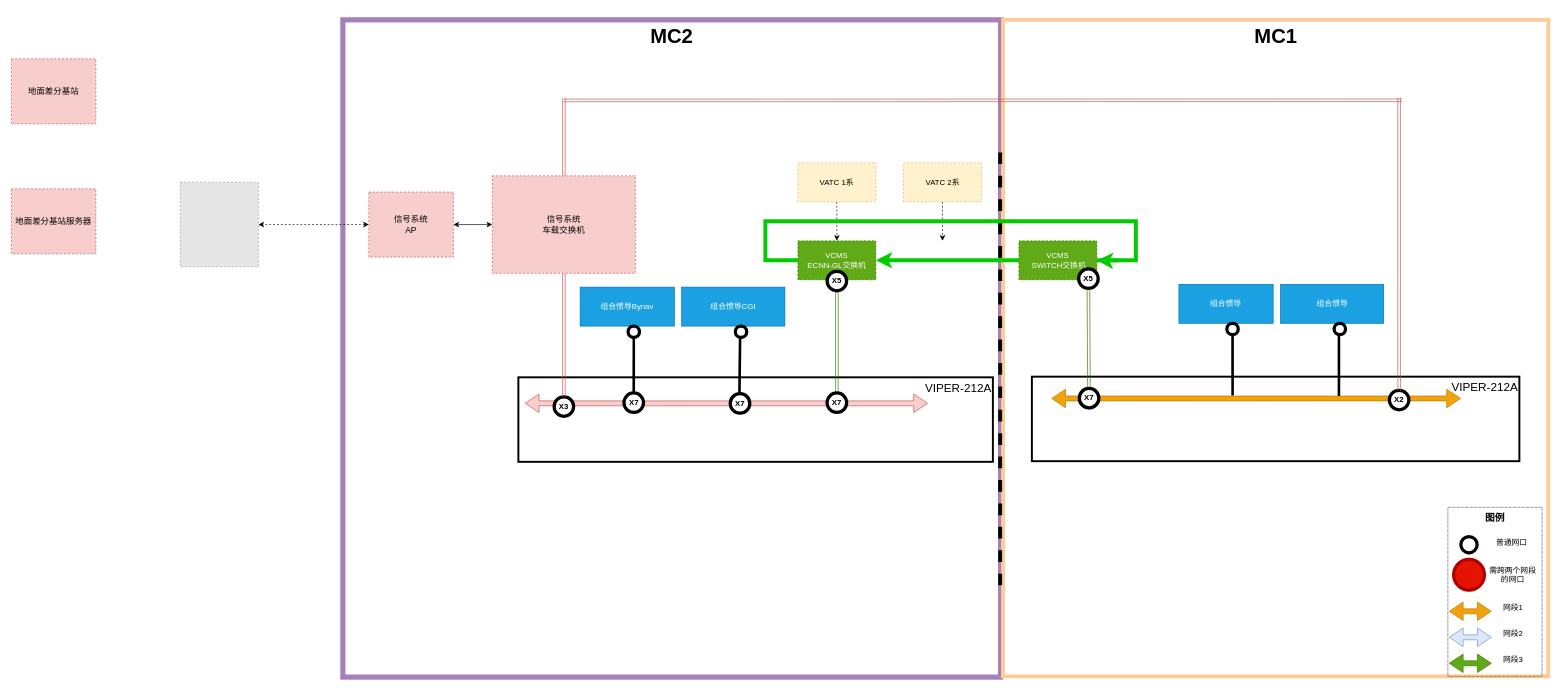
Above: 差分下地链路-信号系统-DAS.drawio in FrankWong-cs/SharingwithColleagues (draw.io), before the change. Source tidied: cells renumbered, new cells numbered last; positions are measured from the earlier drawing's top-left corner, leaving out a move shared by most shapes. Both pictures are drawn from the tidied source at 65%, with x=0, y=0 at pixel (11, 20). Pictures stored in the file or linked from it are replaced by grey dashed boxes.
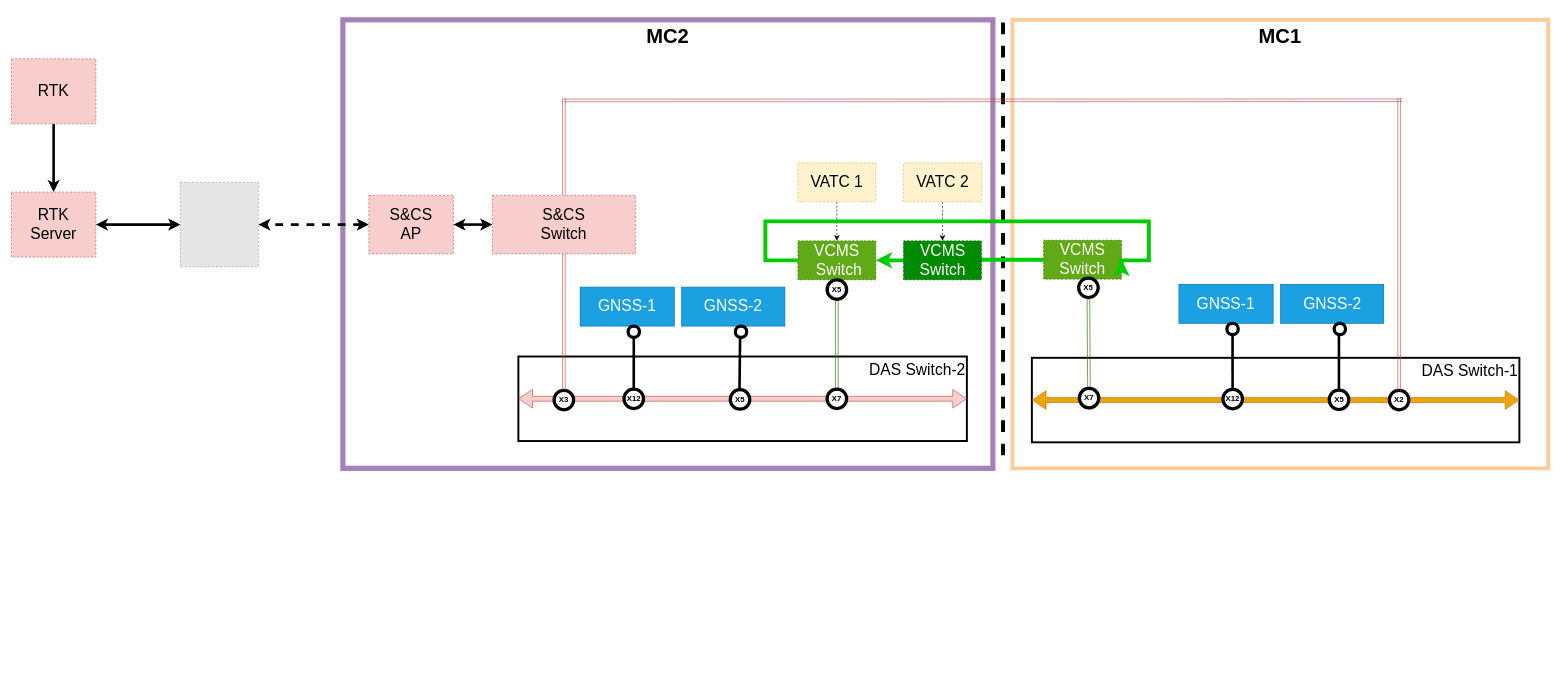
The same page after the edit.

Commit message (it also covers changes not shown here):
Update 差分下地链路-信号系统-DAS.drawio

Unchanged cells that the change refers to:
```xml
<mxCell id="57" style="fillColor=#E6E6E6;strokeColor=#999999;dashed=1;verticalLabelPosition=bottom;labelBackgroundColor=default;verticalAlign=top;" parent="1" vertex="1">
  <mxGeometry x="260" y="250" width="120" height="130" as="geometry" />
</mxCell>
```

The edit, as a diff of the source:
```diff
@@
     <mxCell id="2" value="MC2" style="text;align=center;html=1;verticalAlign=top;whiteSpace=wrap;rounded=0;fontSize=31;fontStyle=1;strokeWidth=8;fillColor=default;strokeColor=#A680B8;" parent="1" vertex="1">
-      <mxGeometry x="510" width="1011.9" height="1011.2" as="geometry" />
+      <mxGeometry x="510" width="1000" height="690" as="geometry" />
     </mxCell>
     <mxCell id="3" value="MC1" style="text;strokeColor=#FFCC99;align=center;fillColor=default;html=1;verticalAlign=top;whiteSpace=wrap;rounded=0;fontSize=31;fontStyle=1;horizontal=1;strokeWidth=6;" parent="1" vertex="1">
-      <mxGeometry x="1525.6" width="838.8" height="1010" as="geometry" />
+      <mxGeometry x="1540" width="824.4" height="690" as="geometry" />
     </mxCell>
@@
-    <mxCell id="5" value="VATC 1系" style="rounded=0;whiteSpace=wrap;html=1;fillColor=#fff2cc;strokeColor=#d6b656;dashed=1;" parent="1" vertex="1">
+    <mxCell id="5" value="VATC 1" style="rounded=0;whiteSpace=wrap;html=1;fillColor=#fff2cc;strokeColor=#d6b656;dashed=1;fontSize=24;" parent="1" vertex="1">
       <mxGeometry x="1210" y="220" width="120" height="60" as="geometry" />
     </mxCell>
@@
-    <mxCell id="7" value="VATC 2系" style="rounded=0;whiteSpace=wrap;html=1;fillColor=#fff2cc;strokeColor=#d6b656;dashed=1;" parent="1" vertex="1">
+    <mxCell id="7" value="VATC 2" style="rounded=0;whiteSpace=wrap;html=1;fillColor=#fff2cc;strokeColor=#d6b656;dashed=1;fontSize=24;" parent="1" vertex="1">
       <mxGeometry x="1372.5" y="220" width="120" height="60" as="geometry" />
     </mxCell>
-    <mxCell id="8" value="VCMS&lt;br&gt;ECNN-GL交换机" style="rounded=0;whiteSpace=wrap;html=1;fillColor=#60a917;strokeColor=#2D7600;dashed=1;fontColor=#ffffff;" parent="1" vertex="1">
+    <mxCell id="8" value="VCMS&lt;br style=&quot;font-size: 24px;&quot;&gt;&amp;nbsp;Switch" style="rounded=0;whiteSpace=wrap;html=1;fillColor=#60a917;strokeColor=#2D7600;dashed=1;fontColor=#ffffff;fontSize=24;" parent="1" vertex="1">
       <mxGeometry x="1210" y="340" width="120" height="60" as="geometry" />
     </mxCell>
     <mxCell id="9" style="endArrow=none;dashed=1;html=1;rounded=0;fontStyle=1;fontSize=20;strokeWidth=6;" parent="1" edge="1">
       <mxGeometry relative="1" as="geometry">
-        <mxPoint x="1521.2" y="870" as="sourcePoint" />
-        <mxPoint x="1521.2" y="190" as="targetPoint" />
+        <mxPoint x="1525.6" y="670" as="sourcePoint" />
+        <mxPoint x="1525.6" y="-10" as="targetPoint" />
       </mxGeometry>
     </mxCell>
-    <mxCell id="10" value="&lt;font style=&quot;font-size: 18px;&quot;&gt;VIPER-212A&lt;/font&gt;" style="rounded=0;whiteSpace=wrap;html=1;fontSize=13;strokeWidth=3;verticalAlign=top;align=right;" parent="1" vertex="1">
-      <mxGeometry x="780" y="550" width="730" height="130" as="geometry" />
+    <mxCell id="10" value="&lt;font style=&quot;font-size: 24px;&quot;&gt;DAS Switch-2&lt;/font&gt;" style="rounded=0;whiteSpace=wrap;html=1;fontSize=24;strokeWidth=3;verticalAlign=top;align=right;" parent="1" vertex="1">
+      <mxGeometry x="780" y="518" width="690" height="130" as="geometry" />
     </mxCell>
@@
-    <mxCell id="12" style="shape=flexArrow;endArrow=classic;startArrow=classic;html=1;rounded=0;fillColor=#f8cecc;strokeColor=#b85450;width=7.586206896551724;endSize=6.7531914893617015;startSize=6.7531914893617015;exitX=0.863;exitY=0.308;exitDx=0;exitDy=0;exitPerimeter=0;" parent="1" edge="1" source="10">
-      <mxGeometry relative="1" as="geometry">
-        <mxPoint x="790" y="590" as="targetPoint" />
-      </mxGeometry>
+    <mxCell id="12" style="shape=flexArrow;endArrow=classic;startArrow=classic;html=1;rounded=0;fillColor=#f8cecc;strokeColor=#b85450;width=7.586206896551724;endSize=6.7531914893617015;startSize=6.7531914893617015;exitX=1;exitY=0.5;exitDx=0;exitDy=0;entryX=0;entryY=0.5;entryDx=0;entryDy=0;" parent="1" edge="1" source="10" target="10">
+      <mxGeometry relative="1" as="geometry" />
     </mxCell>
-    <mxCell id="13" style="edgeStyle=orthogonalEdgeStyle;rounded=0;jettySize=auto;html=1;exitX=0;exitY=0.5;exitDx=0;exitDy=0;startArrow=classic;startFill=1;" parent="1" edge="1" source="14" target="59">
+    <mxCell id="13" style="edgeStyle=orthogonalEdgeStyle;rounded=0;jettySize=auto;html=1;exitX=0;exitY=0.5;exitDx=0;exitDy=0;startArrow=classic;startFill=1;strokeWidth=4;" parent="1" edge="1" source="14" target="59">
       <mxGeometry relative="1" as="geometry" />
     </mxCell>
-    <mxCell id="14" value="信号系统&lt;div&gt;车载交换机&lt;/div&gt;" style="rounded=0;whiteSpace=wrap;html=1;fillColor=#f8cecc;strokeColor=#b85450;fontSize=13;dashed=1;" parent="1" vertex="1">
-      <mxGeometry x="740" y="240" width="220" height="150" as="geometry" />
+    <mxCell id="14" value="&lt;div style=&quot;font-size: 24px;&quot;&gt;S&amp;amp;CS&lt;/div&gt;&lt;div style=&quot;font-size: 24px;&quot;&gt;Switch&lt;/div&gt;" style="rounded=0;whiteSpace=wrap;html=1;fillColor=#f8cecc;strokeColor=#b85450;fontSize=24;dashed=1;" parent="1" vertex="1">
+      <mxGeometry x="740" y="270" width="220" height="90" as="geometry" />
     </mxCell>
     <mxCell id="15" value="X3" style="ellipse;whiteSpace=wrap;html=1;fontStyle=1;strokeWidth=5;" parent="1" vertex="1">
-      <mxGeometry x="835" y="580" width="30" height="30" as="geometry" />
+      <mxGeometry x="835" y="570" width="30" height="30" as="geometry" />
     </mxCell>
-    <mxCell id="16" value="组合惯导Bynav" style="rounded=0;whiteSpace=wrap;html=1;fillColor=#1ba1e2;fontColor=#ffffff;strokeColor=#006EAF;" parent="1" vertex="1">
+    <mxCell id="16" value="GNSS-1" style="rounded=0;whiteSpace=wrap;html=1;fillColor=#1ba1e2;fontColor=#ffffff;strokeColor=#006EAF;fontSize=24;" parent="1" vertex="1">
       <mxGeometry x="875" y="411.2" width="145" height="60" as="geometry" />
     </mxCell>
     <mxCell id="17" value="X7" style="ellipse;whiteSpace=wrap;html=1;fontStyle=1;strokeWidth=5;fillColor=default;fontColor=default;strokeColor=default;" parent="1" vertex="1">
-      <mxGeometry x="1255" y="574" width="30" height="30" as="geometry" />
+      <mxGeometry x="1255" y="568" width="30" height="30" as="geometry" />
     </mxCell>
@@
-    <mxCell id="19" value="组合惯导CGI" style="rounded=0;whiteSpace=wrap;html=1;fillColor=#1ba1e2;fontColor=#ffffff;strokeColor=#006EAF;" parent="1" vertex="1">
+    <mxCell id="19" value="GNSS-2" style="rounded=0;whiteSpace=wrap;html=1;fillColor=#1ba1e2;fontColor=#ffffff;strokeColor=#006EAF;fontSize=24;" parent="1" vertex="1">
       <mxGeometry x="1031.2" y="411.2" width="158.8" height="60" as="geometry" />
     </mxCell>
@@
-    <mxCell id="23" value="VCMS&lt;br&gt;&amp;nbsp;SWITCH交换机" style="rounded=0;whiteSpace=wrap;html=1;fillColor=#60a917;strokeColor=#2D7600;dashed=1;fontColor=#ffffff;" parent="1" vertex="1">
-      <mxGeometry x="1550" y="340" width="120" height="60" as="geometry" />
+    <mxCell id="23" value="VCMS&lt;div style=&quot;font-size: 24px;&quot;&gt;Switch&lt;/div&gt;" style="rounded=0;whiteSpace=wrap;html=1;fillColor=#60a917;strokeColor=#2D7600;dashed=1;fontColor=#ffffff;fontSize=24;" parent="1" vertex="1">
+      <mxGeometry x="1588" y="339" width="120" height="60" as="geometry" />
     </mxCell>
-    <mxCell id="24" style="edgeStyle=orthogonalEdgeStyle;rounded=0;jettySize=auto;html=1;exitX=0;exitY=0.5;exitDx=0;exitDy=0;strokeColor=#00CC00;strokeWidth=6;" parent="1" edge="1" target="23">
-      <mxGeometry relative="1" as="geometry">
-        <mxPoint x="1705" y="370" as="sourcePoint" />
-      </mxGeometry>
-    </mxCell>
-    <mxCell id="25" style="edgeStyle=orthogonalEdgeStyle;rounded=0;jettySize=auto;html=1;entryX=0;entryY=0.5;entryDx=0;entryDy=0;strokeColor=#00CC00;strokeWidth=6;exitX=1;exitY=0.5;exitDx=0;exitDy=0;endArrow=none;endFill=0;" parent="1" edge="1" source="23" target="8">
+    <mxCell id="25" style="edgeStyle=orthogonalEdgeStyle;rounded=0;jettySize=auto;html=1;entryX=0;entryY=0.5;entryDx=0;entryDy=0;strokeColor=#00CC00;strokeWidth=6;exitX=1;exitY=0.5;exitDx=0;exitDy=0;endArrow=none;endFill=0;startArrow=classic;startFill=1;" parent="1" edge="1" source="23" target="8">
       <mxGeometry relative="1" as="geometry">
         <Array as="points">
-          <mxPoint x="1730" y="370" />
-          <mxPoint x="1730" y="310" />
+          <mxPoint x="1750" y="370" />
+          <mxPoint x="1750" y="310" />
           <mxPoint x="1160" y="310" />
           <mxPoint x="1160" y="370" />
         </Array>
       </mxGeometry>
     </mxCell>
-    <mxCell id="26" value="&lt;font style=&quot;font-size: 18px;&quot;&gt;VIPER-212A&lt;/font&gt;" style="rounded=0;whiteSpace=wrap;html=1;fontSize=13;strokeWidth=3;verticalAlign=top;direction=west;align=right;" parent="1" vertex="1">
-      <mxGeometry x="1570" y="549" width="750" height="130" as="geometry" />
+    <mxCell id="26" value="&lt;font style=&quot;font-size: 24px;&quot;&gt;DAS Switch-1&lt;/font&gt;" style="rounded=0;whiteSpace=wrap;html=1;fontSize=13;strokeWidth=3;verticalAlign=top;direction=west;align=right;" parent="1" vertex="1">
+      <mxGeometry x="1570" y="520" width="750" height="130" as="geometry" />
     </mxCell>
-    <mxCell id="27" style="shape=flexArrow;endArrow=classic;startArrow=classic;html=1;rounded=0;fillColor=#f0a30a;strokeColor=#BD7000;width=7.586206896551724;endSize=6.7531914893617015;startSize=6.7531914893617015;entryX=0.96;entryY=0.742;entryDx=0;entryDy=0;entryPerimeter=0;" parent="1" edge="1" target="26">
-      <mxGeometry relative="1" as="geometry">
-        <mxPoint x="2230" y="582.5" as="sourcePoint" />
-      </mxGeometry>
+    <mxCell id="27" style="shape=flexArrow;endArrow=classic;startArrow=classic;html=1;rounded=0;fillColor=#f0a30a;strokeColor=#BD7000;width=7.586206896551724;endSize=6.7531914893617015;startSize=6.7531914893617015;entryX=1;entryY=0.5;entryDx=0;entryDy=0;exitX=0;exitY=0.5;exitDx=0;exitDy=0;" parent="1" edge="1" source="26" target="26">
+      <mxGeometry relative="1" as="geometry" />
     </mxCell>
@@
-    <mxCell id="33" value="组合惯导" style="rounded=0;whiteSpace=wrap;html=1;fillColor=#1ba1e2;fontColor=#ffffff;strokeColor=#006EAF;" parent="1" vertex="1">
+    <mxCell id="33" value="GNSS-1" style="rounded=0;whiteSpace=wrap;html=1;fillColor=#1ba1e2;fontColor=#ffffff;strokeColor=#006EAF;fontSize=24;" parent="1" vertex="1">
       <mxGeometry x="1796.2" y="406.9" width="145" height="60" as="geometry" />
     </mxCell>
@@
-    <mxCell id="35" value="组合惯导" style="rounded=0;whiteSpace=wrap;html=1;fillColor=#1ba1e2;fontColor=#ffffff;strokeColor=#006EAF;" parent="1" vertex="1">
+    <mxCell id="35" value="GNSS-2" style="rounded=0;whiteSpace=wrap;html=1;fillColor=#1ba1e2;fontColor=#ffffff;strokeColor=#006EAF;fontSize=24;" parent="1" vertex="1">
       <mxGeometry x="1952.5" y="406.9" width="158.8" height="60" as="geometry" />
     </mxCell>
@@
     <mxCell id="41" value="X5" style="ellipse;whiteSpace=wrap;html=1;fontStyle=1;strokeWidth=5;fillColor=default;fontColor=default;strokeColor=default;" parent="1" vertex="1">
-      <mxGeometry x="1255" y="386.9" width="30" height="30" as="geometry" />
+      <mxGeometry x="1255" y="399.9" width="30" height="30" as="geometry" />
     </mxCell>
@@
     <mxCell id="43" value="X5" style="ellipse;whiteSpace=wrap;html=1;fontStyle=1;strokeWidth=5;fillColor=default;fontColor=default;strokeColor=default;" parent="1" vertex="1">
-      <mxGeometry x="1642" y="383.2" width="30" height="30" as="geometry" />
+      <mxGeometry x="1642" y="397.2" width="30" height="30" as="geometry" />
     </mxCell>
-    <mxCell id="44" value="&lt;b&gt;&lt;font style=&quot;font-size: 15px;&quot;&gt;图例&lt;/font&gt;&lt;/b&gt;" style="text;strokeColor=default;align=center;fillColor=none;html=1;verticalAlign=top;whiteSpace=wrap;rounded=0;dashed=1;dashPattern=1 1;" parent="1" vertex="1">
-      <mxGeometry x="2210" y="750" width="145" height="260" as="geometry" />
-    </mxCell>
-    <mxCell id="45" style="ellipse;whiteSpace=wrap;html=1;fontStyle=1;strokeWidth=5;fillColor=default;fontColor=default;strokeColor=default;direction=west;" parent="1" vertex="1">
-      <mxGeometry x="2230" y="795" width="25" height="25" as="geometry" />
-    </mxCell>
-    <mxCell id="46" value="普通网口" style="text;html=1;strokeColor=none;fillColor=none;align=center;verticalAlign=middle;whiteSpace=wrap;rounded=0;" parent="1" vertex="1">
-      <mxGeometry x="2266.2" y="790" width="85" height="30" as="geometry" />
-    </mxCell>
-    <mxCell id="47" style="shape=flexArrow;endArrow=classic;startArrow=classic;html=1;rounded=0;fillColor=#f0a30a;strokeColor=#BD7000;width=7.586206896551724;endSize=6.7531914893617015;startSize=6.7531914893617015;" parent="1" edge="1">
-      <mxGeometry relative="1" as="geometry">
-        <mxPoint x="2277.3" y="910" as="sourcePoint" />
-        <mxPoint x="2211.7" y="910" as="targetPoint" />
-      </mxGeometry>
-    </mxCell>
-    <mxCell id="48" value="网段1" style="text;html=1;strokeColor=none;fillColor=none;align=center;verticalAlign=middle;whiteSpace=wrap;rounded=0;" parent="1" vertex="1">
-      <mxGeometry x="2268.3" y="890" width="85" height="30" as="geometry" />
-    </mxCell>
-    <mxCell id="49" style="shape=flexArrow;endArrow=classic;startArrow=classic;html=1;rounded=0;fillColor=#dae8fc;strokeColor=#6c8ebf;width=7.586206896551724;endSize=6.7531914893617015;startSize=6.7531914893617015;" parent="1" edge="1">
-      <mxGeometry relative="1" as="geometry">
-        <mxPoint x="2277.3" y="950" as="sourcePoint" />
-        <mxPoint x="2211.7" y="950" as="targetPoint" />
-      </mxGeometry>
-    </mxCell>
-    <mxCell id="50" style="ellipse;whiteSpace=wrap;html=1;fontStyle=1;strokeWidth=5;fillColor=#e51400;fontColor=#ffffff;strokeColor=#B20000;" parent="1" vertex="1">
-      <mxGeometry x="2218.8" y="830" width="47.5" height="47.5" as="geometry" />
-    </mxCell>
-    <mxCell id="51" value="网段2" style="text;html=1;strokeColor=none;fillColor=none;align=center;verticalAlign=middle;whiteSpace=wrap;rounded=0;" parent="1" vertex="1">
-      <mxGeometry x="2268.3" y="930" width="85" height="30" as="geometry" />
-    </mxCell>
-    <mxCell id="52" value="需跨两个网段的网口" style="text;html=1;strokeColor=none;fillColor=none;align=center;verticalAlign=middle;whiteSpace=wrap;rounded=0;" parent="1" vertex="1">
-      <mxGeometry x="2270" y="838.8" width="80" height="30" as="geometry" />
-    </mxCell>
-    <mxCell id="53" style="shape=flexArrow;endArrow=classic;startArrow=classic;html=1;rounded=0;fillColor=#60a917;strokeColor=#2D7600;width=7.586206896551724;endSize=6.7531914893617015;startSize=6.7531914893617015;" parent="1" edge="1">
-      <mxGeometry relative="1" as="geometry">
-        <mxPoint x="2277.3" y="990" as="sourcePoint" />
-        <mxPoint x="2211.7" y="990" as="targetPoint" />
-      </mxGeometry>
-    </mxCell>
-    <mxCell id="54" value="网段3" style="text;html=1;strokeColor=none;fillColor=none;align=center;verticalAlign=middle;whiteSpace=wrap;rounded=0;" parent="1" vertex="1">
-      <mxGeometry x="2268.3" y="970" width="85" height="30" as="geometry" />
-    </mxCell>
@@
-    <mxCell id="58" style="edgeStyle=orthogonalEdgeStyle;rounded=0;jettySize=auto;html=1;exitX=0;exitY=0.5;exitDx=0;exitDy=0;startArrow=classic;startFill=1;dashed=1;" parent="1" edge="1" source="59" target="57">
+    <mxCell id="58" style="edgeStyle=orthogonalEdgeStyle;rounded=0;jettySize=auto;html=1;exitX=0;exitY=0.5;exitDx=0;exitDy=0;startArrow=classic;startFill=1;dashed=1;strokeWidth=4;" parent="1" edge="1" source="59" target="57">
       <mxGeometry relative="1" as="geometry" />
     </mxCell>
-    <mxCell id="59" value="信号系统&lt;div&gt;AP&lt;/div&gt;" style="rounded=0;whiteSpace=wrap;html=1;fillColor=#f8cecc;strokeColor=#b85450;fontSize=13;dashed=1;" parent="1" vertex="1">
-      <mxGeometry x="550" y="265" width="130" height="100" as="geometry" />
+    <mxCell id="59" value="&lt;div style=&quot;font-size: 24px;&quot;&gt;S&amp;amp;CS&lt;/div&gt;&lt;div style=&quot;font-size: 24px;&quot;&gt;AP&lt;/div&gt;" style="rounded=0;whiteSpace=wrap;html=1;fillColor=#f8cecc;strokeColor=#b85450;fontSize=24;dashed=1;" parent="1" vertex="1">
+      <mxGeometry x="550" y="270" width="130" height="90" as="geometry" />
     </mxCell>
+    <mxCell id="66" style="edgeStyle=orthogonalEdgeStyle;rounded=0;jettySize=auto;html=1;exitX=1;exitY=0.5;exitDx=0;exitDy=0;entryX=0;entryY=0.5;entryDx=0;entryDy=0;startArrow=classic;startFill=1;strokeWidth=4;" parent="1" edge="1" source="60" target="57">
+      <mxGeometry relative="1" as="geometry" />
+    </mxCell>
-    <mxCell id="60" value="地面差分基站服务器" style="rounded=0;whiteSpace=wrap;html=1;fillColor=#f8cecc;strokeColor=#b85450;fontSize=13;dashed=1;" parent="1" vertex="1">
-      <mxGeometry y="260" width="130" height="100" as="geometry" />
+    <mxCell id="60" value="RTK&lt;div&gt;Server&lt;/div&gt;" style="rounded=0;whiteSpace=wrap;html=1;fillColor=#f8cecc;strokeColor=#b85450;fontSize=24;dashed=1;" parent="1" vertex="1">
+      <mxGeometry y="265" width="130" height="100" as="geometry" />
     </mxCell>
+    <mxCell id="67" style="edgeStyle=orthogonalEdgeStyle;rounded=0;jettySize=auto;html=1;exitX=0.5;exitY=1;exitDx=0;exitDy=0;entryX=0.5;entryY=0;entryDx=0;entryDy=0;strokeWidth=4;" parent="1" edge="1" source="61" target="60">
+      <mxGeometry relative="1" as="geometry" />
+    </mxCell>
-    <mxCell id="61" value="地面差分基站" style="rounded=0;whiteSpace=wrap;html=1;fillColor=#f8cecc;strokeColor=#b85450;fontSize=13;dashed=1;" parent="1" vertex="1">
+    <mxCell id="61" value="RTK" style="rounded=0;whiteSpace=wrap;html=1;fillColor=#f8cecc;strokeColor=#b85450;fontSize=24;dashed=1;" parent="1" vertex="1">
       <mxGeometry y="60" width="130" height="100" as="geometry" />
     </mxCell>
-    <mxCell id="62" value="X7" style="ellipse;whiteSpace=wrap;html=1;fontStyle=1;strokeWidth=5;fillColor=default;fontColor=default;strokeColor=default;" parent="1" vertex="1">
-      <mxGeometry x="1106" y="575.1" width="30" height="30" as="geometry" />
+    <mxCell id="62" value="X5" style="ellipse;whiteSpace=wrap;html=1;fontStyle=1;strokeWidth=5;fillColor=default;fontColor=default;strokeColor=default;" parent="1" vertex="1">
+      <mxGeometry x="1106" y="569.1" width="30" height="30" as="geometry" />
     </mxCell>
-    <mxCell id="63" value="X7" style="ellipse;whiteSpace=wrap;html=1;fontStyle=1;strokeWidth=5;fillColor=default;fontColor=default;strokeColor=default;" parent="1" vertex="1">
-      <mxGeometry x="942.5" y="574" width="30" height="30" as="geometry" />
+    <mxCell id="63" value="X12" style="ellipse;whiteSpace=wrap;html=1;fontStyle=1;strokeWidth=5;fillColor=default;fontColor=default;strokeColor=default;" parent="1" vertex="1">
+      <mxGeometry x="942.5" y="568" width="30" height="30" as="geometry" />
     </mxCell>
@@
+    <mxCell id="68" value="X5" style="ellipse;whiteSpace=wrap;html=1;fontStyle=1;strokeWidth=5;fillColor=default;fontColor=default;strokeColor=default;" parent="1" vertex="1">
+      <mxGeometry x="2027.5" y="569.6" width="30" height="30" as="geometry" />
+    </mxCell>
+    <mxCell id="69" value="X12" style="ellipse;whiteSpace=wrap;html=1;fontStyle=1;strokeWidth=5;fillColor=default;fontColor=default;strokeColor=default;" parent="1" vertex="1">
+      <mxGeometry x="1864" y="568.4" width="30" height="30" as="geometry" />
+    </mxCell>
+    <mxCell id="70" value="VCMS&lt;div style=&quot;font-size: 24px;&quot;&gt;Switch&lt;/div&gt;" style="rounded=0;whiteSpace=wrap;html=1;fillColor=#008a00;strokeColor=#005700;dashed=1;fontColor=#ffffff;fontSize=24;" parent="1" vertex="1">
+      <mxGeometry x="1372.5" y="340" width="120" height="60" as="geometry" />
+    </mxCell>
```
